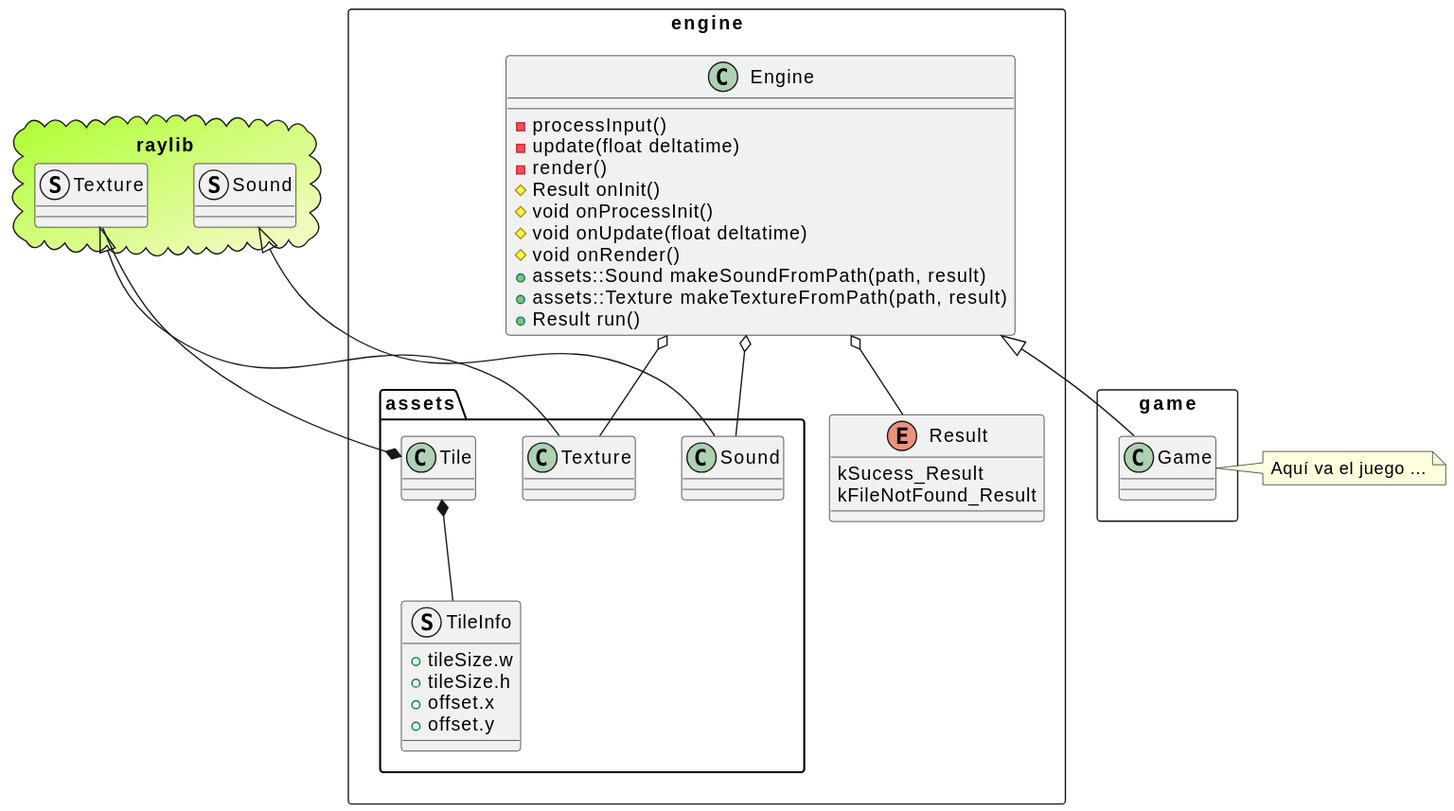
ediazva/game keeps this PlantUML diagram as schema.svg. Above is the earlier version.
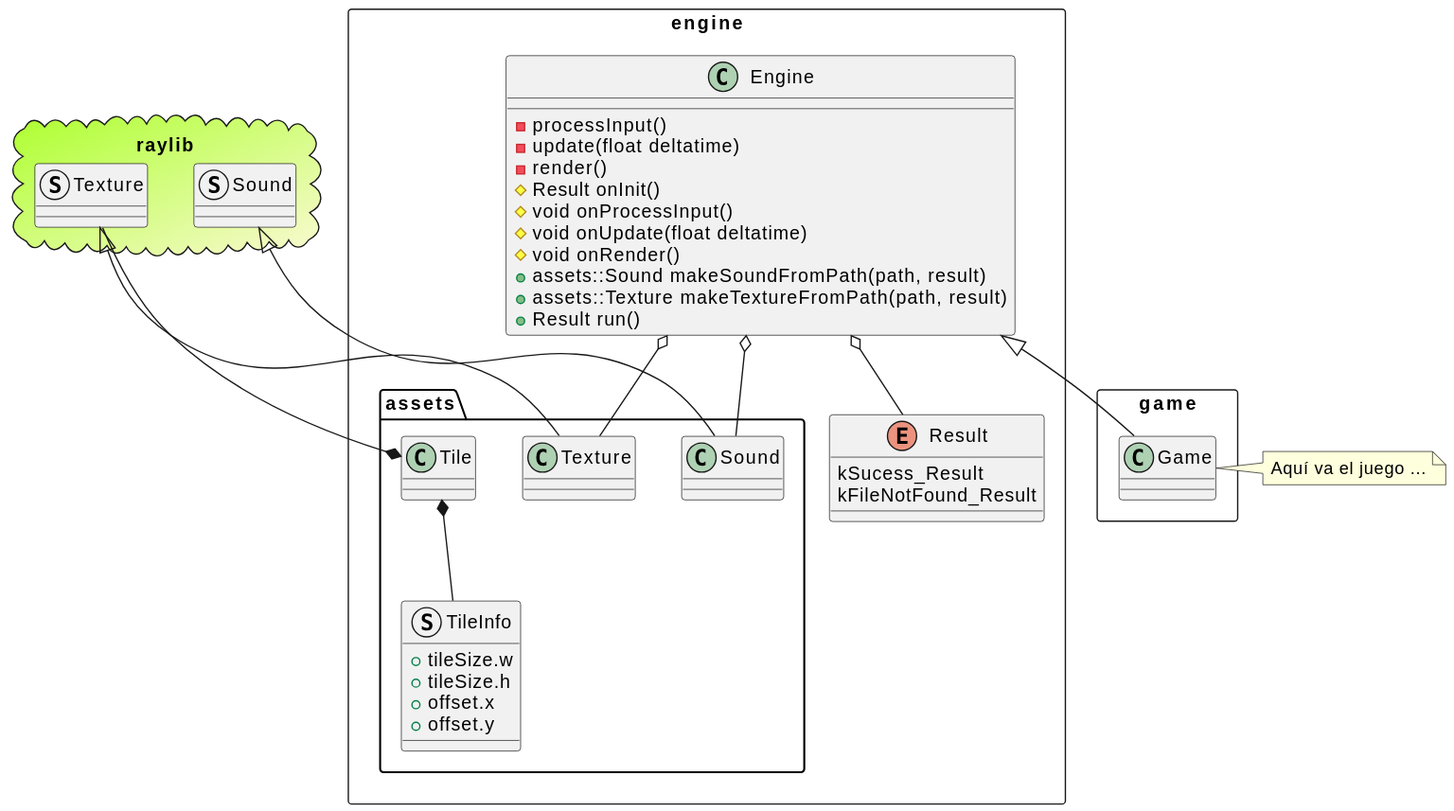
Later version of the same file.

Change to the diagram source:
```diff
@@ -26,7 +26,7 @@
    - update(float deltatime)
    - render()
    # Result onInit()
-   # void onProcessInit()
+   # void onProcessInput()
    # void onUpdate(float deltatime)
    # void onRender()
    + assets::Sound makeSoundFromPath(path, result)
```
